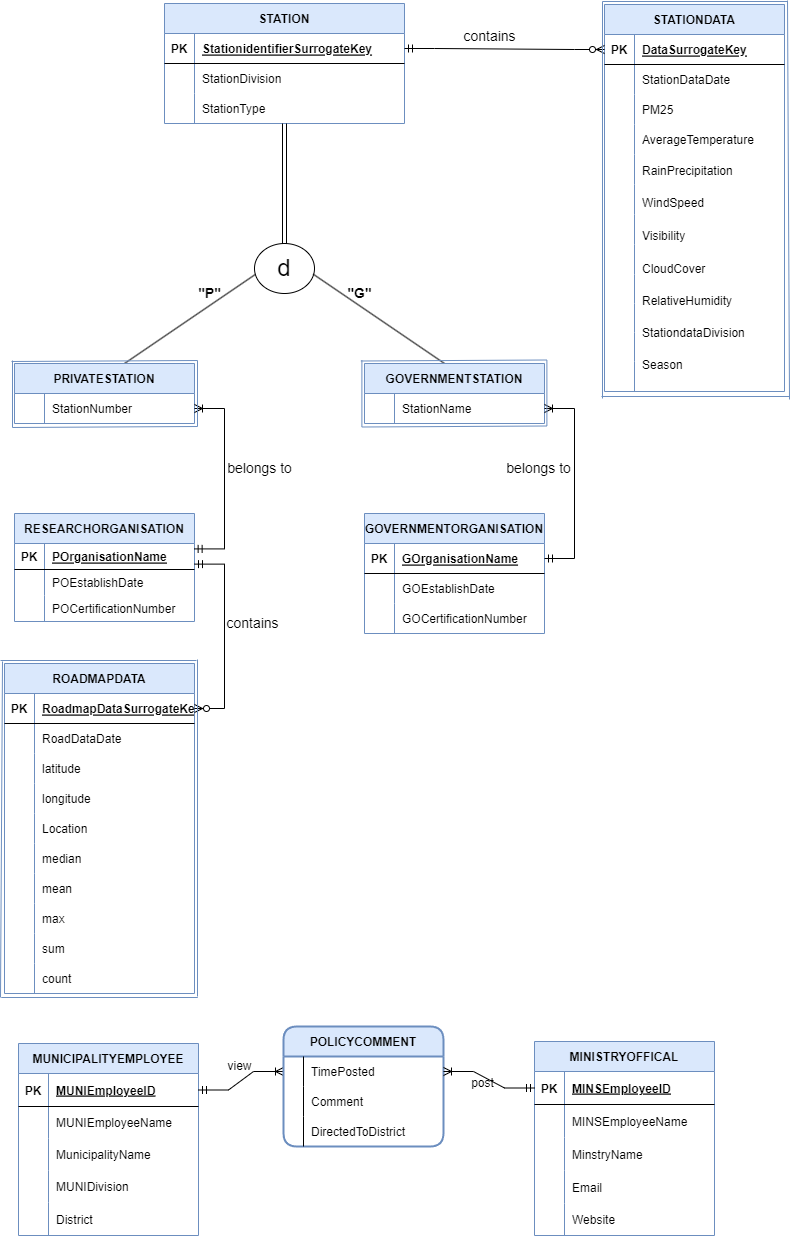
Before: ERDFinal.drawio.png, a diagram exported from draw.io (toushifhossain1/AirQualityMonitoringOfBangladesh). Source tidied: cells renumbered, new cells last; positions are measured from the earlier drawing's top-left corner, leaving out a move shared by most shapes.
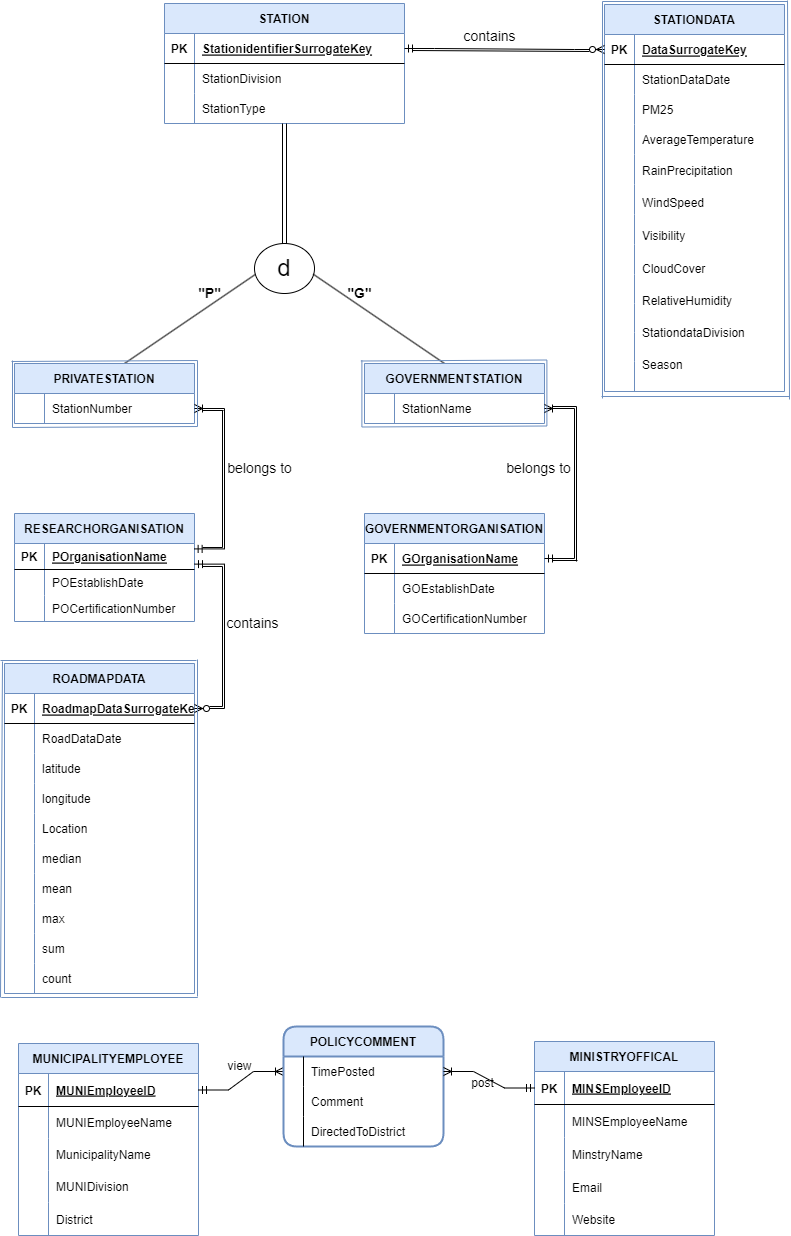
Above is the later version.

Commit message:
Updated Weak Relations

Diff of the diagram source:
```diff
@@ -627,5 +627,65 @@
         <mxPoint x="789" y="396" as="targetPoint" />
       </mxGeometry>
     </mxCell>
+    <mxCell id="193" style="endArrow=none;html=1;rounded=0;" parent="1" edge="1">
+      <mxGeometry relative="1" as="geometry">
+        <mxPoint x="412" y="50" as="sourcePoint" />
+        <mxPoint x="589" y="51" as="targetPoint" />
+      </mxGeometry>
+    </mxCell>
+    <mxCell id="194" style="endArrow=none;html=1;rounded=0;" parent="1" edge="1">
+      <mxGeometry relative="1" as="geometry">
+        <mxPoint x="222" y="547" as="sourcePoint" />
+        <mxPoint x="222" y="410" as="targetPoint" />
+      </mxGeometry>
+    </mxCell>
+    <mxCell id="195" style="endArrow=none;html=1;rounded=0;" parent="1" edge="1">
+      <mxGeometry relative="1" as="geometry">
+        <mxPoint x="223" y="410" as="sourcePoint" />
+        <mxPoint x="202" y="410" as="targetPoint" />
+      </mxGeometry>
+    </mxCell>
+    <mxCell id="196" style="endArrow=none;html=1;rounded=0;" parent="1" edge="1">
+      <mxGeometry relative="1" as="geometry">
+        <mxPoint x="202" y="547" as="sourcePoint" />
+        <mxPoint x="222" y="547" as="targetPoint" />
+      </mxGeometry>
+    </mxCell>
+    <mxCell id="197" style="endArrow=none;html=1;rounded=0;" parent="1" edge="1">
+      <mxGeometry relative="1" as="geometry">
+        <mxPoint x="222" y="706" as="sourcePoint" />
+        <mxPoint x="222" y="566" as="targetPoint" />
+      </mxGeometry>
+    </mxCell>
+    <mxCell id="198" style="endArrow=none;html=1;rounded=0;" parent="1" edge="1">
+      <mxGeometry relative="1" as="geometry">
+        <mxPoint x="209" y="706" as="sourcePoint" />
+        <mxPoint x="222" y="706" as="targetPoint" />
+      </mxGeometry>
+    </mxCell>
+    <mxCell id="199" style="endArrow=none;html=1;rounded=0;" parent="1" edge="1">
+      <mxGeometry relative="1" as="geometry">
+        <mxPoint x="222" y="566" as="sourcePoint" />
+        <mxPoint x="202" y="566" as="targetPoint" />
+      </mxGeometry>
+    </mxCell>
+    <mxCell id="200" style="endArrow=none;html=1;rounded=0;" parent="1" edge="1">
+      <mxGeometry relative="1" as="geometry">
+        <mxPoint x="576" y="406" as="sourcePoint" />
+        <mxPoint x="552" y="406" as="targetPoint" />
+      </mxGeometry>
+    </mxCell>
+    <mxCell id="201" style="endArrow=none;html=1;rounded=0;" parent="1" edge="1">
+      <mxGeometry relative="1" as="geometry">
+        <mxPoint x="576" y="561" as="sourcePoint" />
+        <mxPoint x="576" y="406" as="targetPoint" />
+      </mxGeometry>
+    </mxCell>
+    <mxCell id="202" style="endArrow=none;html=1;rounded=0;" parent="1" edge="1">
+      <mxGeometry relative="1" as="geometry">
+        <mxPoint x="552" y="560" as="sourcePoint" />
+        <mxPoint x="577" y="560" as="targetPoint" />
+      </mxGeometry>
+    </mxCell>
   </root>
 </mxGraphModel>
```
